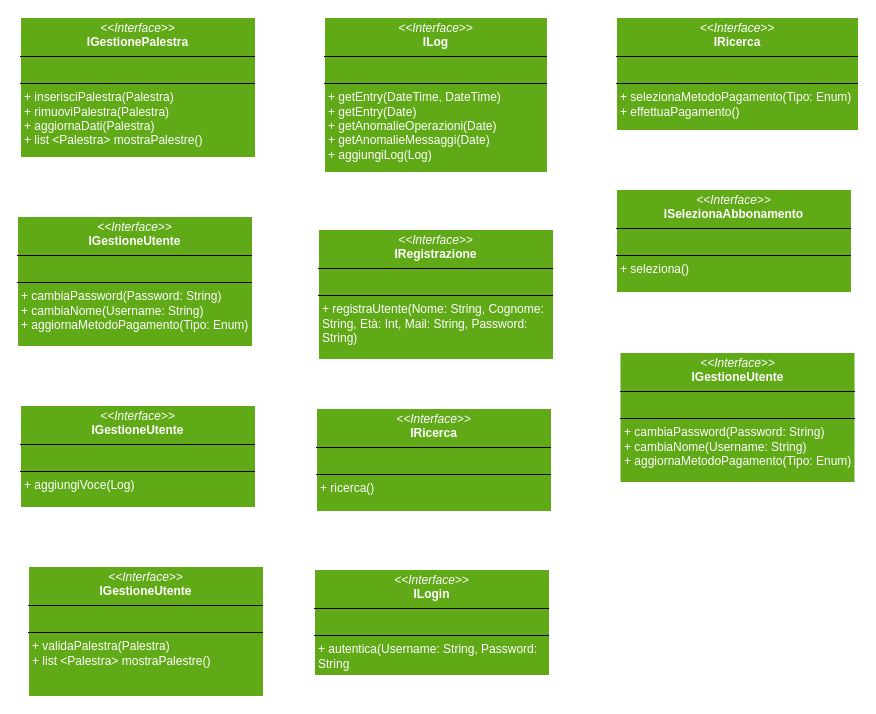
Earlier version of the draw.io diagram Diagrammi_Package/Interface.drawio (JosephBoom02/Progetto_Ingegneria_del_Software). Source tidied: cells renumbered, new cells numbered last; positions are measured from the earlier drawing's top-left corner, leaving out a move shared by most shapes. Both pictures are drawn from the tidied source at 100%, with x=0, y=0 at pixel (17, 17).
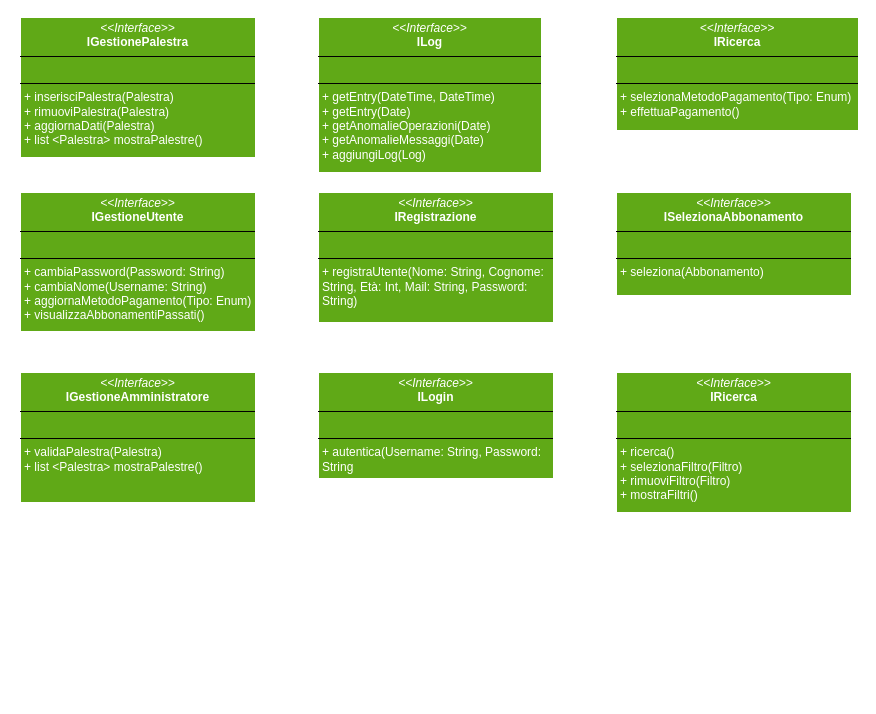
Above is the later version.

The edit, as a diff of the source:
```diff
@@
 <mxGraphModel>
   <root>
     <mxCell id="0" />
     <mxCell id="1" parent="0" />
-    <mxCell id="2" value="&lt;p style=&quot;margin:0px;margin-top:4px;text-align:center;&quot;&gt;&lt;font color=&quot;#ffffff&quot;&gt;&lt;i&gt;&amp;lt;&amp;lt;Interface&amp;gt;&amp;gt;&lt;/i&gt;&lt;br&gt;&lt;b&gt;IGestioneUtente&lt;/b&gt;&lt;/font&gt;&lt;/p&gt;&lt;hr size=&quot;1&quot; style=&quot;border-style:solid;&quot;&gt;&lt;p style=&quot;margin:0px;margin-left:4px;&quot;&gt;&lt;font color=&quot;#ffffff&quot;&gt;&lt;br&gt;&lt;/font&gt;&lt;/p&gt;&lt;hr size=&quot;1&quot; style=&quot;border-style:solid;&quot;&gt;&lt;p style=&quot;margin:0px;margin-left:4px;&quot;&gt;&lt;font color=&quot;#ffffff&quot;&gt;+ cambiaPassword(Password: String)&amp;nbsp;&lt;/font&gt;&lt;/p&gt;&lt;p style=&quot;margin:0px;margin-left:4px;&quot;&gt;&lt;font color=&quot;#ffffff&quot;&gt;+ cambiaNome(Username: String)&lt;br&gt;&lt;/font&gt;&lt;/p&gt;&lt;p style=&quot;margin:0px;margin-left:4px;&quot;&gt;&lt;font color=&quot;#ffffff&quot;&gt;+ aggiornaMetodoPagamento(Tipo: Enum)&lt;br&gt;&lt;/font&gt;&lt;/p&gt;" style="verticalAlign=top;align=left;overflow=fill;html=1;whiteSpace=wrap;fillColor=#60A917;strokeColor=#FFFFFF;" parent="1" vertex="1">
-      <mxGeometry y="199" width="235" height="130" as="geometry" />
+    <mxCell id="2" value="&lt;p style=&quot;margin:0px;margin-top:4px;text-align:center;&quot;&gt;&lt;font color=&quot;#ffffff&quot;&gt;&lt;i&gt;&amp;lt;&amp;lt;Interface&amp;gt;&amp;gt;&lt;/i&gt;&lt;br&gt;&lt;b&gt;IGestioneUtente&lt;/b&gt;&lt;/font&gt;&lt;/p&gt;&lt;hr size=&quot;1&quot; style=&quot;border-style:solid;&quot;&gt;&lt;p style=&quot;margin:0px;margin-left:4px;&quot;&gt;&lt;font color=&quot;#ffffff&quot;&gt;&lt;br&gt;&lt;/font&gt;&lt;/p&gt;&lt;hr size=&quot;1&quot; style=&quot;border-style:solid;&quot;&gt;&lt;p style=&quot;margin:0px;margin-left:4px;&quot;&gt;&lt;font color=&quot;#ffffff&quot;&gt;+ cambiaPassword(Password: String)&amp;nbsp;&lt;/font&gt;&lt;/p&gt;&lt;p style=&quot;margin:0px;margin-left:4px;&quot;&gt;&lt;font color=&quot;#ffffff&quot;&gt;+ cambiaNome(Username: String)&lt;br&gt;&lt;/font&gt;&lt;/p&gt;&lt;p style=&quot;margin:0px;margin-left:4px;&quot;&gt;&lt;font color=&quot;#ffffff&quot;&gt;+ aggiornaMetodoPagamento(Tipo: Enum)&lt;br&gt;&lt;/font&gt;&lt;/p&gt;&lt;p style=&quot;margin:0px;margin-left:4px;&quot;&gt;&lt;font color=&quot;#ffffff&quot;&gt;+ visualizzaAbbonamentiPassati()&lt;br&gt;&lt;/font&gt;&lt;/p&gt;" style="verticalAlign=top;align=left;overflow=fill;html=1;whiteSpace=wrap;fillColor=#60A917;strokeColor=#FFFFFF;" parent="1" vertex="1">
+      <mxGeometry x="3" y="175" width="235" height="139" as="geometry" />
     </mxCell>
-    <mxCell id="3" value="&lt;p style=&quot;margin:0px;margin-top:4px;text-align:center;&quot;&gt;&lt;font color=&quot;#ffffff&quot;&gt;&lt;i&gt;&amp;lt;&amp;lt;Interface&amp;gt;&amp;gt;&lt;/i&gt;&lt;br&gt;&lt;b&gt;IGestioneUtente&lt;/b&gt;&lt;/font&gt;&lt;/p&gt;&lt;hr size=&quot;1&quot; style=&quot;border-style:solid;&quot;&gt;&lt;p style=&quot;margin:0px;margin-left:4px;&quot;&gt;&lt;font color=&quot;#ffffff&quot;&gt;&lt;br&gt;&lt;/font&gt;&lt;/p&gt;&lt;hr size=&quot;1&quot; style=&quot;border-style:solid;&quot;&gt;&lt;p style=&quot;margin:0px;margin-left:4px;&quot;&gt;&lt;font color=&quot;#ffffff&quot;&gt;+ aggiungiVoce(Log)&lt;br&gt;&lt;/font&gt;&lt;/p&gt;" style="verticalAlign=top;align=left;overflow=fill;html=1;whiteSpace=wrap;fillColor=#60A917;strokeColor=#FFFFFF;" parent="1" vertex="1">
-      <mxGeometry x="3" y="388" width="235" height="102" as="geometry" />
-    </mxCell>
     <mxCell id="4" value="&lt;p style=&quot;margin:0px;margin-top:4px;text-align:center;&quot;&gt;&lt;font color=&quot;#ffffff&quot;&gt;&lt;i&gt;&amp;lt;&amp;lt;Interface&amp;gt;&amp;gt;&lt;/i&gt;&lt;br&gt;&lt;b&gt;IGestionePalestra&lt;/b&gt;&lt;/font&gt;&lt;/p&gt;&lt;hr size=&quot;1&quot; style=&quot;border-style:solid;&quot;&gt;&lt;p style=&quot;margin:0px;margin-left:4px;&quot;&gt;&lt;font color=&quot;#ffffff&quot;&gt;&lt;br&gt;&lt;/font&gt;&lt;/p&gt;&lt;hr size=&quot;1&quot; style=&quot;border-style:solid;&quot;&gt;&lt;p style=&quot;margin:0px;margin-left:4px;&quot;&gt;&lt;font color=&quot;#ffffff&quot;&gt;+ inserisciPalestra(Palestra)&lt;/font&gt;&lt;/p&gt;&lt;p style=&quot;margin:0px;margin-left:4px;&quot;&gt;&lt;font color=&quot;#ffffff&quot;&gt;+ rimuoviPalestra(Palestra)&lt;/font&gt;&lt;/p&gt;&lt;p style=&quot;margin:0px;margin-left:4px;&quot;&gt;&lt;font color=&quot;#ffffff&quot;&gt;+ aggiornaDati(Palestra)&lt;/font&gt;&lt;/p&gt;&lt;p style=&quot;margin:0px;margin-left:4px;&quot;&gt;&lt;font color=&quot;#ffffff&quot;&gt;+ list &amp;lt;Palestra&amp;gt; mostraPalestre()&lt;br&gt;&lt;/font&gt;&lt;/p&gt;" style="verticalAlign=top;align=left;overflow=fill;html=1;whiteSpace=wrap;fillColor=#60A917;strokeColor=#FFFFFF;" parent="1" vertex="1">
       <mxGeometry x="3" width="235" height="140" as="geometry" />
     </mxCell>
     <mxCell id="5" value="&lt;p style=&quot;margin:0px;margin-top:4px;text-align:center;&quot;&gt;&lt;font color=&quot;#ffffff&quot;&gt;&lt;i&gt;&amp;lt;&amp;lt;Interface&amp;gt;&amp;gt;&lt;/i&gt;&lt;br&gt;&lt;b&gt;ILog&lt;/b&gt;&lt;/font&gt;&lt;/p&gt;&lt;hr size=&quot;1&quot; style=&quot;border-style:solid;&quot;&gt;&lt;p style=&quot;margin:0px;margin-left:4px;&quot;&gt;&lt;font color=&quot;#ffffff&quot;&gt;&lt;br&gt;&lt;/font&gt;&lt;/p&gt;&lt;hr size=&quot;1&quot; style=&quot;border-style:solid;&quot;&gt;&lt;p style=&quot;margin:0px;margin-left:4px;&quot;&gt;&lt;font color=&quot;#ffffff&quot;&gt;+ getEntry(DateTime, DateTime)&lt;/font&gt;&lt;/p&gt;&lt;p style=&quot;margin:0px;margin-left:4px;&quot;&gt;&lt;font color=&quot;#ffffff&quot;&gt;+ getEntry(Date)&lt;/font&gt;&lt;/p&gt;&lt;p style=&quot;margin:0px;margin-left:4px;&quot;&gt;&lt;font color=&quot;#ffffff&quot;&gt;+ getAnomalieOperazioni(Date)&lt;/font&gt;&lt;/p&gt;&lt;p style=&quot;margin:0px;margin-left:4px;&quot;&gt;&lt;font color=&quot;#ffffff&quot;&gt;+ getAnomalieMessaggi(Date)&lt;/font&gt;&lt;/p&gt;&lt;p style=&quot;margin:0px;margin-left:4px;&quot;&gt;&lt;font color=&quot;#ffffff&quot;&gt;+ aggiungiLog(Log)&lt;br&gt;&lt;/font&gt;&lt;/p&gt;" style="verticalAlign=top;align=left;overflow=fill;html=1;whiteSpace=wrap;fillColor=#60A917;strokeColor=#FFFFFF;" parent="1" vertex="1">
-      <mxGeometry x="307" width="223" height="155" as="geometry" />
+      <mxGeometry x="301" width="223" height="155" as="geometry" />
     </mxCell>
     <mxCell id="6" value="&lt;p style=&quot;margin:0px;margin-top:4px;text-align:center;&quot;&gt;&lt;font color=&quot;#ffffff&quot;&gt;&lt;i&gt;&amp;lt;&amp;lt;Interface&amp;gt;&amp;gt;&lt;/i&gt;&lt;br&gt;&lt;b&gt;IRegistrazione&lt;/b&gt;&lt;/font&gt;&lt;/p&gt;&lt;hr size=&quot;1&quot; style=&quot;border-style:solid;&quot;&gt;&lt;p style=&quot;margin:0px;margin-left:4px;&quot;&gt;&lt;font color=&quot;#ffffff&quot;&gt;&lt;br&gt;&lt;/font&gt;&lt;/p&gt;&lt;hr size=&quot;1&quot; style=&quot;border-style:solid;&quot;&gt;&lt;p style=&quot;margin:0px;margin-left:4px;&quot;&gt;&lt;font color=&quot;#ffffff&quot;&gt;+ registraUtente(Nome: String, Cognome: String, Età: Int, Mail: String, Password: String)&lt;br&gt;&lt;/font&gt;&lt;/p&gt;" style="verticalAlign=top;align=left;overflow=fill;html=1;whiteSpace=wrap;fillColor=#60A917;strokeColor=#FFFFFF;" parent="1" vertex="1">
-      <mxGeometry x="301" y="212" width="235" height="130" as="geometry" />
+      <mxGeometry x="301" y="175" width="235" height="130" as="geometry" />
     </mxCell>
-    <mxCell id="7" value="&lt;p style=&quot;margin:0px;margin-top:4px;text-align:center;&quot;&gt;&lt;font color=&quot;#ffffff&quot;&gt;&lt;i&gt;&amp;lt;&amp;lt;Interface&amp;gt;&amp;gt;&lt;/i&gt;&lt;br&gt;&lt;b&gt;IGestioneUtente&lt;/b&gt;&lt;/font&gt;&lt;/p&gt;&lt;hr size=&quot;1&quot; style=&quot;border-style:solid;&quot;&gt;&lt;p style=&quot;margin:0px;margin-left:4px;&quot;&gt;&lt;font color=&quot;#ffffff&quot;&gt;&lt;br&gt;&lt;/font&gt;&lt;/p&gt;&lt;hr size=&quot;1&quot; style=&quot;border-style:solid;&quot;&gt;&lt;p style=&quot;margin:0px;margin-left:4px;&quot;&gt;&lt;font color=&quot;#ffffff&quot;&gt;+ cambiaPassword(Password: String)&amp;nbsp;&lt;/font&gt;&lt;/p&gt;&lt;p style=&quot;margin:0px;margin-left:4px;&quot;&gt;&lt;font color=&quot;#ffffff&quot;&gt;+ cambiaNome(Username: String)&lt;br&gt;&lt;/font&gt;&lt;/p&gt;&lt;p style=&quot;margin:0px;margin-left:4px;&quot;&gt;&lt;font color=&quot;#ffffff&quot;&gt;+ aggiornaMetodoPagamento(Tipo: Enum)&lt;br&gt;&lt;/font&gt;&lt;/p&gt;" style="verticalAlign=top;align=left;overflow=fill;html=1;whiteSpace=wrap;fillColor=#60A917;strokeColor=#FFFFFF;" parent="1" vertex="1">
-      <mxGeometry x="602.5" y="335" width="235" height="130" as="geometry" />
-    </mxCell>
-    <mxCell id="8" value="&lt;p style=&quot;margin:0px;margin-top:4px;text-align:center;&quot;&gt;&lt;font color=&quot;#ffffff&quot;&gt;&lt;i&gt;&amp;lt;&amp;lt;Interface&amp;gt;&amp;gt;&lt;/i&gt;&lt;br&gt;&lt;b&gt;ISelezionaAbbonamento&lt;/b&gt;&lt;/font&gt;&lt;/p&gt;&lt;hr size=&quot;1&quot; style=&quot;border-style:solid;&quot;&gt;&lt;p style=&quot;margin:0px;margin-left:4px;&quot;&gt;&lt;font color=&quot;#ffffff&quot;&gt;&lt;br&gt;&lt;/font&gt;&lt;/p&gt;&lt;hr size=&quot;1&quot; style=&quot;border-style:solid;&quot;&gt;&lt;p style=&quot;margin:0px;margin-left:4px;&quot;&gt;&lt;font color=&quot;#ffffff&quot;&gt;+ seleziona()&lt;br&gt;&lt;/font&gt;&lt;/p&gt;" style="verticalAlign=top;align=left;overflow=fill;html=1;whiteSpace=wrap;fillColor=#60A917;strokeColor=#FFFFFF;" parent="1" vertex="1">
-      <mxGeometry x="599" y="172" width="235" height="103" as="geometry" />
+    <mxCell id="8" value="&lt;p style=&quot;margin:0px;margin-top:4px;text-align:center;&quot;&gt;&lt;font color=&quot;#ffffff&quot;&gt;&lt;i&gt;&amp;lt;&amp;lt;Interface&amp;gt;&amp;gt;&lt;/i&gt;&lt;br&gt;&lt;b&gt;ISelezionaAbbonamento&lt;/b&gt;&lt;/font&gt;&lt;/p&gt;&lt;hr size=&quot;1&quot; style=&quot;border-style:solid;&quot;&gt;&lt;p style=&quot;margin:0px;margin-left:4px;&quot;&gt;&lt;font color=&quot;#ffffff&quot;&gt;&lt;br&gt;&lt;/font&gt;&lt;/p&gt;&lt;hr size=&quot;1&quot; style=&quot;border-style:solid;&quot;&gt;&lt;p style=&quot;margin:0px;margin-left:4px;&quot;&gt;&lt;font color=&quot;#ffffff&quot;&gt;+ seleziona(Abbonamento)&lt;/font&gt;&lt;/p&gt;" style="verticalAlign=top;align=left;overflow=fill;html=1;whiteSpace=wrap;fillColor=#60A917;strokeColor=#FFFFFF;" parent="1" vertex="1">
+      <mxGeometry x="599" y="175" width="235" height="103" as="geometry" />
     </mxCell>
-    <mxCell id="9" value="&lt;p style=&quot;margin:0px;margin-top:4px;text-align:center;&quot;&gt;&lt;font color=&quot;#ffffff&quot;&gt;&lt;i&gt;&amp;lt;&amp;lt;Interface&amp;gt;&amp;gt;&lt;/i&gt;&lt;br&gt;&lt;b&gt;IRicerca&lt;/b&gt;&lt;/font&gt;&lt;/p&gt;&lt;hr size=&quot;1&quot; style=&quot;border-style:solid;&quot;&gt;&lt;p style=&quot;margin:0px;margin-left:4px;&quot;&gt;&lt;font color=&quot;#ffffff&quot;&gt;&lt;br&gt;&lt;/font&gt;&lt;/p&gt;&lt;hr size=&quot;1&quot; style=&quot;border-style:solid;&quot;&gt;&lt;p style=&quot;margin:0px;margin-left:4px;&quot;&gt;&lt;font color=&quot;#ffffff&quot;&gt;+ ricerca()&lt;br&gt;&lt;/font&gt;&lt;/p&gt;" style="verticalAlign=top;align=left;overflow=fill;html=1;whiteSpace=wrap;fillColor=#60A917;strokeColor=#FFFFFF;" parent="1" vertex="1">
-      <mxGeometry x="299" y="391" width="235" height="103" as="geometry" />
+    <mxCell id="9" value="&lt;p style=&quot;margin:0px;margin-top:4px;text-align:center;&quot;&gt;&lt;font color=&quot;#ffffff&quot;&gt;&lt;i&gt;&amp;lt;&amp;lt;Interface&amp;gt;&amp;gt;&lt;/i&gt;&lt;br&gt;&lt;b&gt;IRicerca&lt;/b&gt;&lt;/font&gt;&lt;/p&gt;&lt;hr size=&quot;1&quot; style=&quot;border-style:solid;&quot;&gt;&lt;p style=&quot;margin:0px;margin-left:4px;&quot;&gt;&lt;font color=&quot;#ffffff&quot;&gt;&lt;br&gt;&lt;/font&gt;&lt;/p&gt;&lt;hr size=&quot;1&quot; style=&quot;border-style:solid;&quot;&gt;&lt;p style=&quot;margin:0px;margin-left:4px;&quot;&gt;&lt;font color=&quot;#ffffff&quot;&gt;+ ricerca()&lt;br&gt;&lt;/font&gt;&lt;/p&gt;&lt;p style=&quot;margin:0px;margin-left:4px;&quot;&gt;&lt;font color=&quot;#ffffff&quot;&gt;+ selezionaFiltro(Filtro)&lt;/font&gt;&lt;/p&gt;&lt;p style=&quot;margin:0px;margin-left:4px;&quot;&gt;&lt;font color=&quot;#ffffff&quot;&gt;+ rimuoviFiltro(Filtro)&lt;/font&gt;&lt;/p&gt;&lt;p style=&quot;margin:0px;margin-left:4px;&quot;&gt;&lt;font color=&quot;#ffffff&quot;&gt;+ mostraFiltri()&lt;br&gt;&lt;/font&gt;&lt;/p&gt;" style="verticalAlign=top;align=left;overflow=fill;html=1;whiteSpace=wrap;fillColor=#60A917;strokeColor=#FFFFFF;" parent="1" vertex="1">
+      <mxGeometry x="599" y="355" width="235" height="140" as="geometry" />
     </mxCell>
     <mxCell id="10" value="&lt;p style=&quot;margin:0px;margin-top:4px;text-align:center;&quot;&gt;&lt;font color=&quot;#ffffff&quot;&gt;&lt;i&gt;&amp;lt;&amp;lt;Interface&amp;gt;&amp;gt;&lt;/i&gt;&lt;br&gt;&lt;b&gt;IRicerca&lt;/b&gt;&lt;/font&gt;&lt;/p&gt;&lt;hr size=&quot;1&quot; style=&quot;border-style:solid;&quot;&gt;&lt;p style=&quot;margin:0px;margin-left:4px;&quot;&gt;&lt;font color=&quot;#ffffff&quot;&gt;&lt;br&gt;&lt;/font&gt;&lt;/p&gt;&lt;hr size=&quot;1&quot; style=&quot;border-style:solid;&quot;&gt;&lt;p style=&quot;margin:0px;margin-left:4px;&quot;&gt;&lt;font color=&quot;#ffffff&quot;&gt;+ selezionaMetodoPagamento(Tipo: Enum)&lt;/font&gt;&lt;/p&gt;&lt;p style=&quot;margin:0px;margin-left:4px;&quot;&gt;&lt;font color=&quot;#ffffff&quot;&gt;+ effettuaPagamento()&lt;br&gt;&lt;/font&gt;&lt;/p&gt;" style="verticalAlign=top;align=left;overflow=fill;html=1;whiteSpace=wrap;fillColor=#60A917;strokeColor=#FFFFFF;" parent="1" vertex="1">
       <mxGeometry x="599" width="242" height="113" as="geometry" />
     </mxCell>
     <mxCell id="11" value="&lt;p style=&quot;margin:0px;margin-top:4px;text-align:center;&quot;&gt;&lt;font color=&quot;#ffffff&quot;&gt;&lt;i&gt;&amp;lt;&amp;lt;Interface&amp;gt;&amp;gt;&lt;/i&gt;&lt;br&gt;&lt;b&gt;ILogin&lt;/b&gt;&lt;/font&gt;&lt;/p&gt;&lt;hr size=&quot;1&quot; style=&quot;border-style:solid;&quot;&gt;&lt;p style=&quot;margin:0px;margin-left:4px;&quot;&gt;&lt;font color=&quot;#ffffff&quot;&gt;&lt;br&gt;&lt;/font&gt;&lt;/p&gt;&lt;hr size=&quot;1&quot; style=&quot;border-style:solid;&quot;&gt;&lt;p style=&quot;margin:0px;margin-left:4px;&quot;&gt;&lt;font color=&quot;#ffffff&quot;&gt;+ autentica(Username: String, Password: String&lt;br&gt;&lt;/font&gt;&lt;/p&gt;" style="verticalAlign=top;align=left;overflow=fill;html=1;whiteSpace=wrap;fillColor=#60A917;strokeColor=#FFFFFF;" parent="1" vertex="1">
-      <mxGeometry x="297" y="552" width="235" height="106" as="geometry" />
+      <mxGeometry x="301" y="355" width="235" height="106" as="geometry" />
     </mxCell>
-    <mxCell id="12" value="&lt;p style=&quot;margin:0px;margin-top:4px;text-align:center;&quot;&gt;&lt;font color=&quot;#ffffff&quot;&gt;&lt;i&gt;&amp;lt;&amp;lt;Interface&amp;gt;&amp;gt;&lt;/i&gt;&lt;br&gt;&lt;b&gt;IGestioneUtente&lt;/b&gt;&lt;/font&gt;&lt;/p&gt;&lt;hr size=&quot;1&quot; style=&quot;border-style:solid;&quot;&gt;&lt;p style=&quot;margin:0px;margin-left:4px;&quot;&gt;&lt;font color=&quot;#ffffff&quot;&gt;&lt;br&gt;&lt;/font&gt;&lt;/p&gt;&lt;hr size=&quot;1&quot; style=&quot;border-style:solid;&quot;&gt;&lt;p style=&quot;margin:0px;margin-left:4px;&quot;&gt;&lt;font color=&quot;#ffffff&quot;&gt;+ validaPalestra(Palestra)&lt;/font&gt;&lt;/p&gt;&lt;p style=&quot;margin:0px;margin-left:4px;&quot;&gt;&lt;font color=&quot;#ffffff&quot;&gt;+ list &amp;lt;Palestra&amp;gt; mostraPalestre()&lt;br&gt;&lt;/font&gt;&lt;/p&gt;" style="verticalAlign=top;align=left;overflow=fill;html=1;whiteSpace=wrap;fillColor=#60A917;strokeColor=#FFFFFF;" parent="1" vertex="1">
-      <mxGeometry x="11" y="549" width="235" height="130" as="geometry" />
+    <mxCell id="12" value="&lt;p style=&quot;margin:0px;margin-top:4px;text-align:center;&quot;&gt;&lt;font color=&quot;#ffffff&quot;&gt;&lt;i&gt;&amp;lt;&amp;lt;Interface&amp;gt;&amp;gt;&lt;/i&gt;&lt;br&gt;&lt;b&gt;IGestioneAmministratore&lt;/b&gt;&lt;/font&gt;&lt;/p&gt;&lt;hr size=&quot;1&quot; style=&quot;border-style:solid;&quot;&gt;&lt;p style=&quot;margin:0px;margin-left:4px;&quot;&gt;&lt;font color=&quot;#ffffff&quot;&gt;&lt;br&gt;&lt;/font&gt;&lt;/p&gt;&lt;hr size=&quot;1&quot; style=&quot;border-style:solid;&quot;&gt;&lt;p style=&quot;margin:0px;margin-left:4px;&quot;&gt;&lt;font color=&quot;#ffffff&quot;&gt;+ validaPalestra(Palestra)&lt;/font&gt;&lt;/p&gt;&lt;p style=&quot;margin:0px;margin-left:4px;&quot;&gt;&lt;font color=&quot;#ffffff&quot;&gt;+ list &amp;lt;Palestra&amp;gt; mostraPalestre()&lt;br&gt;&lt;/font&gt;&lt;/p&gt;" style="verticalAlign=top;align=left;overflow=fill;html=1;whiteSpace=wrap;fillColor=#60A917;strokeColor=#FFFFFF;" parent="1" vertex="1">
+      <mxGeometry x="3" y="355" width="235" height="130" as="geometry" />
     </mxCell>
   </root>
 </mxGraphModel>
```
